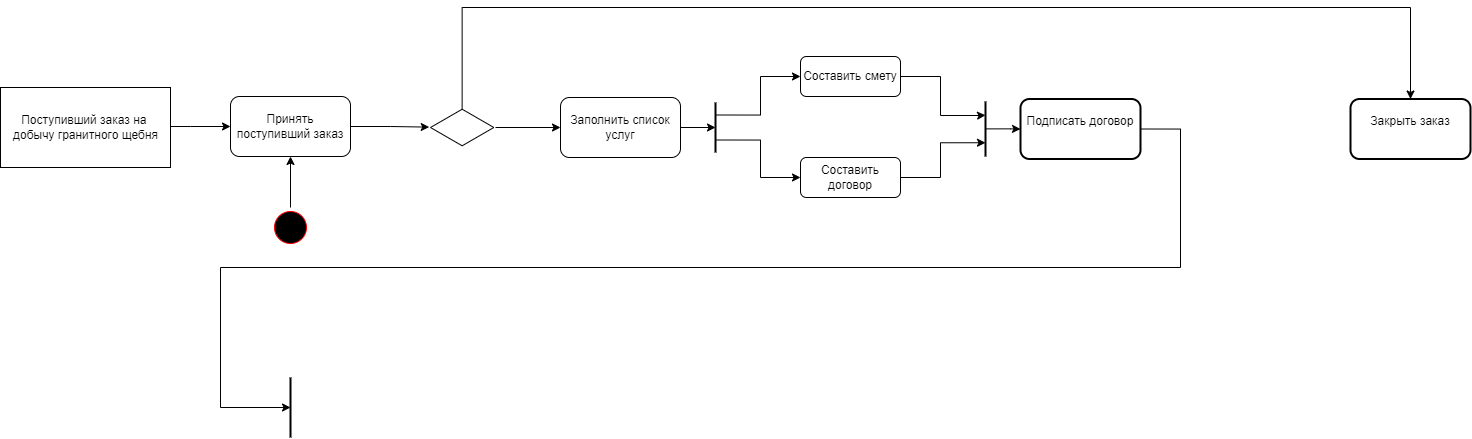
The draw.io diagram Widow_Deiatelnosti.drawio.png in Awftf/UML, before a commit. Source tidied: cells renumbered, new cells last; positions are measured from the earlier drawing's top-left corner, leaving out a move shared by most shapes.
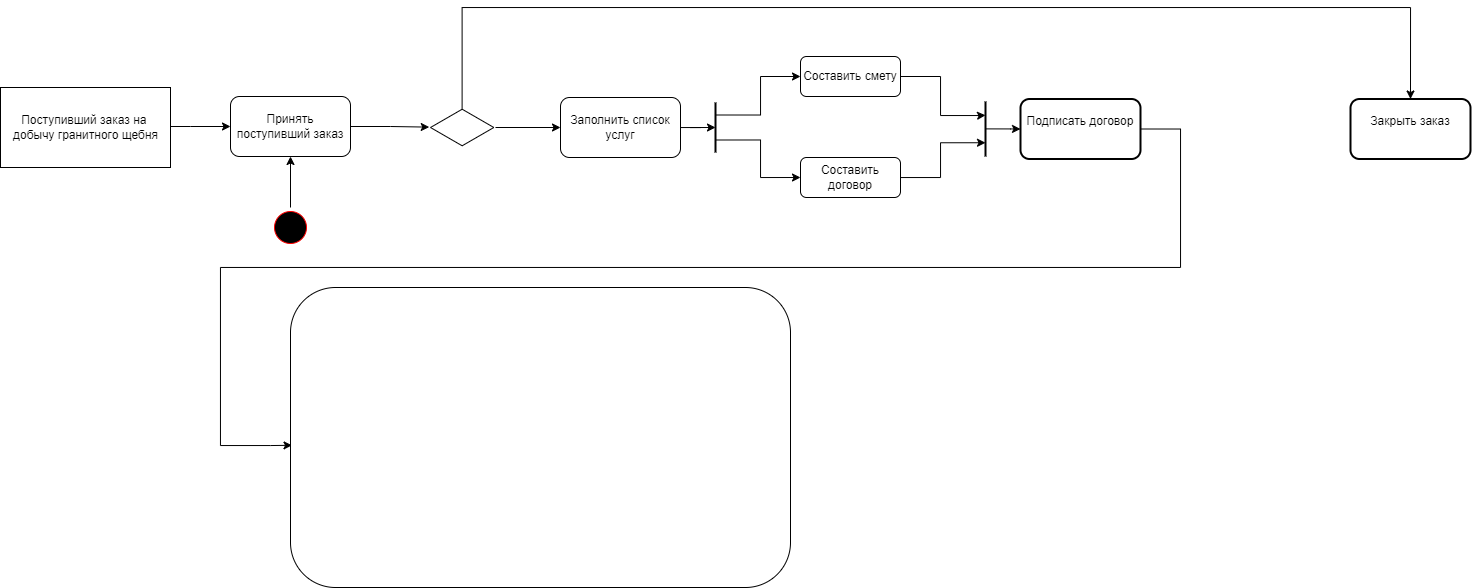
The same diagram one commit later.

Change to the diagram source:
```diff
@@ -91,19 +91,19 @@
     <mxCell id="23" value="Закрыть заказ" style="whiteSpace=wrap;html=1;verticalAlign=top;rounded=1;strokeWidth=2;labelBackgroundColor=default;spacingTop=8;" parent="1" vertex="1">
       <mxGeometry x="1350" y="91.5" width="120" height="60" as="geometry" />
     </mxCell>
-    <mxCell id="24" style="edgeStyle=orthogonalEdgeStyle;rounded=0;jettySize=auto;html=1;exitX=1;exitY=0.5;exitDx=0;exitDy=0;" parent="1" edge="1" source="22">
+    <mxCell id="24" style="edgeStyle=orthogonalEdgeStyle;rounded=0;jettySize=auto;html=1;exitX=1;exitY=0.5;exitDx=0;exitDy=0;entryX=0.003;entryY=0.526;entryDx=0;entryDy=0;entryPerimeter=0;" parent="1" edge="1" source="22" target="26">
       <mxGeometry relative="1" as="geometry">
-        <mxPoint x="290" y="400" as="targetPoint" />
         <Array as="points">
           <mxPoint x="1180" y="122" />
           <mxPoint x="1180" y="260" />
           <mxPoint x="220" y="260" />
-          <mxPoint x="220" y="400" />
+          <mxPoint x="220" y="438" />
+          <mxPoint x="270" y="438" />
         </Array>
       </mxGeometry>
     </mxCell>
-    <mxCell id="25" style="line;strokeWidth=2;direction=south;html=1;" parent="1" vertex="1">
-      <mxGeometry x="285" y="370" width="10" height="60" as="geometry" />
-    </mxCell>
+    <mxCell id="26" style="rounded=1;whiteSpace=wrap;html=1;" parent="1" vertex="1">
+      <mxGeometry x="290" y="280" width="500" height="300" as="geometry" />
+    </mxCell>
   </root>
 </mxGraphModel>
```
